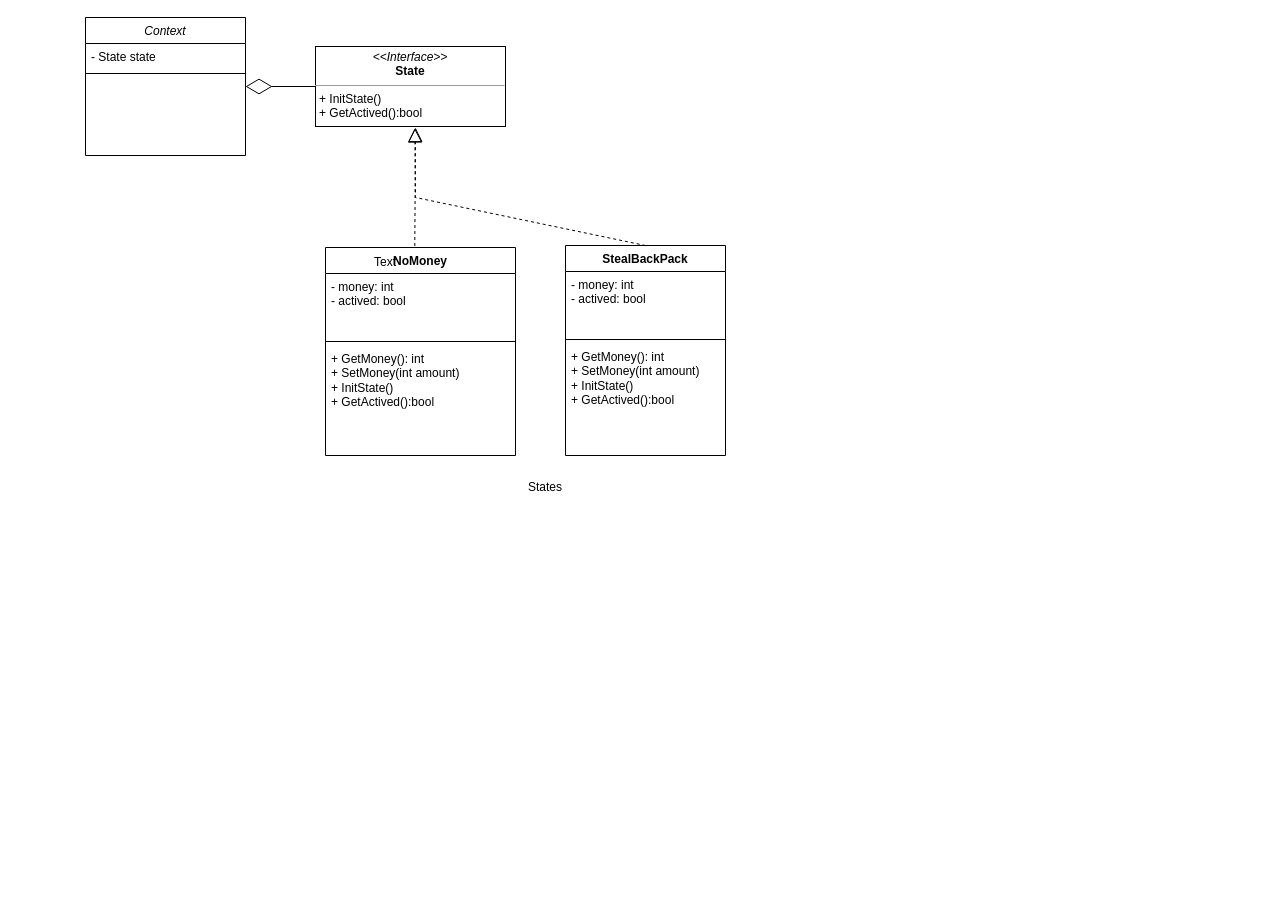
Before: Ley-Rivas/Diagrama sin título.drawio in alemarchena/leyrivas, a draw.io diagram. Source tidied: cells renumbered, new cells numbered last; positions are measured from the earlier drawing's top-left corner, leaving out a move shared by most shapes. Both pictures are drawn from the tidied source at 100%, with x=0, y=0 at pixel (85, 17).
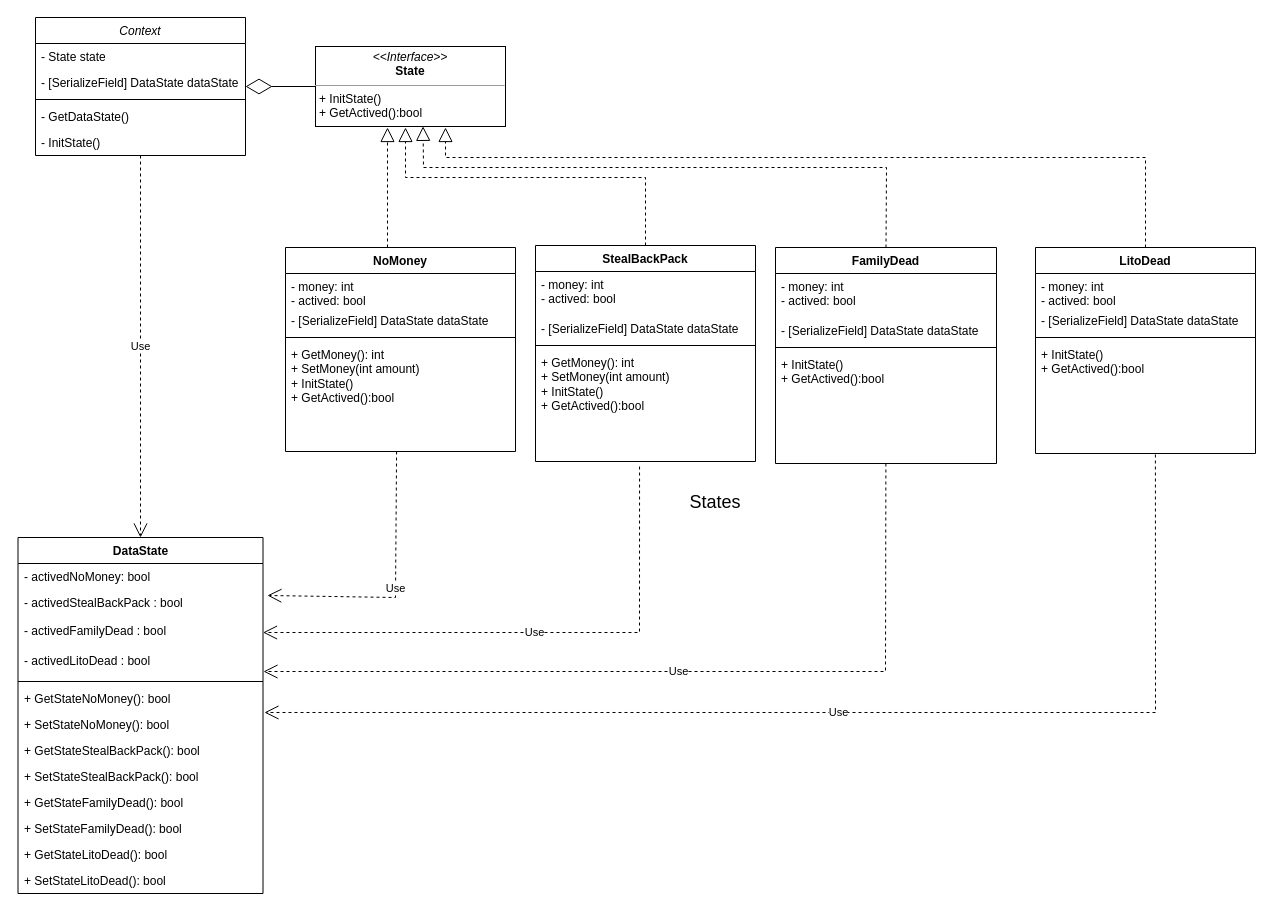
The same page after the edit.

Commit message (it also covers changes not shown here):
Diagrama de Clases Ley Rivas.drawio

The change refers to these unchanged cells:
```xml
<mxCell id="6" value="&lt;p style=&quot;margin:0px;margin-top:4px;text-align:center;&quot;&gt;&lt;i&gt;&amp;lt;&amp;lt;Interface&amp;gt;&amp;gt;&lt;/i&gt;&lt;br&gt;&lt;b&gt;State&lt;/b&gt;&lt;/p&gt;&lt;hr size=&quot;1&quot;&gt;&lt;p style=&quot;margin:0px;margin-left:4px;&quot;&gt;&lt;/p&gt;&lt;p style=&quot;margin:0px;margin-left:4px;&quot;&gt;+ InitState()&lt;/p&gt;&lt;p style=&quot;margin:0px;margin-left:4px;&quot;&gt;+ GetActived():bool&lt;br&gt;&lt;/p&gt;" style="verticalAlign=top;align=left;overflow=fill;fontSize=12;fontFamily=Helvetica;html=1;whiteSpace=wrap;" parent="1" vertex="1">
  <mxGeometry x="230" y="29" width="190" height="80" as="geometry" />
</mxCell>
```

The edit, as a diff of the source:
```diff
@@
     <mxCell id="2" value="Context" style="swimlane;fontStyle=2;align=center;verticalAlign=top;horizontal=1;startSize=26;rounded=0;shadow=0;strokeWidth=1;" parent="1" vertex="1">
-      <mxGeometry width="160" height="138" as="geometry" />
+      <mxGeometry x="-50" width="210" height="138" as="geometry" />
     </mxCell>
     <mxCell id="3" value="- State state" style="text;align=left;verticalAlign=top;spacingLeft=4;spacingRight=4;overflow=hidden;" parent="2" vertex="1">
-      <mxGeometry y="26" width="160" height="26" as="geometry" />
+      <mxGeometry y="26" width="210" height="26" as="geometry" />
     </mxCell>
+    <mxCell id="19" value="- [SerializeField] DataState dataState" style="text;align=left;verticalAlign=top;spacingLeft=4;spacingRight=4;overflow=hidden;" parent="2" vertex="1">
+      <mxGeometry y="52" width="210" height="26" as="geometry" />
+    </mxCell>
     <mxCell id="4" style="line;html=1;strokeWidth=1;align=left;verticalAlign=middle;spacingTop=-1;spacingLeft=3;spacingRight=3;labelPosition=right;" parent="2" vertex="1">
-      <mxGeometry y="52" width="160" height="8" as="geometry" />
+      <mxGeometry y="78" width="210" height="8" as="geometry" />
     </mxCell>
+    <mxCell id="20" value="- GetDataState()" style="text;align=left;verticalAlign=top;spacingLeft=4;spacingRight=4;overflow=hidden;" parent="2" vertex="1">
+      <mxGeometry y="86" width="210" height="26" as="geometry" />
+    </mxCell>
+    <mxCell id="21" value="- InitState()" style="text;align=left;verticalAlign=top;spacingLeft=4;spacingRight=4;overflow=hidden;" parent="2" vertex="1">
+      <mxGeometry y="112" width="210" height="26" as="geometry" />
+    </mxCell>
@@
     <mxCell id="7" value="NoMoney" style="swimlane;fontStyle=1;align=center;verticalAlign=top;horizontal=1;startSize=26;whiteSpace=wrap;html=1;" parent="1" vertex="1">
-      <mxGeometry x="240" y="230" width="190" height="208" as="geometry" />
+      <mxGeometry x="200" y="230" width="230" height="204" as="geometry" />
     </mxCell>
     <mxCell id="8" value="- money: int&lt;br&gt;- actived: bool" style="text;strokeColor=none;fillColor=none;align=left;verticalAlign=top;spacingLeft=4;spacingRight=4;overflow=hidden;whiteSpace=wrap;html=1;" parent="7" vertex="1">
-      <mxGeometry y="26" width="190" height="64" as="geometry" />
+      <mxGeometry y="26" width="230" height="34" as="geometry" />
     </mxCell>
+    <mxCell id="22" value="- [SerializeField] DataState dataState" style="text;align=left;verticalAlign=top;spacingLeft=4;spacingRight=4;overflow=hidden;" parent="7" vertex="1">
+      <mxGeometry y="60" width="230" height="26" as="geometry" />
+    </mxCell>
     <mxCell id="9" style="line;strokeWidth=1;fillColor=none;align=left;verticalAlign=middle;spacingTop=-1;spacingLeft=3;spacingRight=3;labelPosition=right;strokeColor=inherit;" parent="7" vertex="1">
-      <mxGeometry y="90" width="190" height="8" as="geometry" />
+      <mxGeometry y="86" width="230" height="8" as="geometry" />
     </mxCell>
     <mxCell id="10" value="+ GetMoney(): int&lt;br&gt;+ SetMoney(int amount)&lt;br&gt;+ InitState()&lt;br&gt;+ GetActived():bool" style="text;strokeColor=none;fillColor=none;align=left;verticalAlign=top;spacingLeft=4;spacingRight=4;overflow=hidden;points=[[0,0.5],[1,0.5]];portConstraint=eastwest;whiteSpace=wrap;html=1;" parent="7" vertex="1">
-      <mxGeometry y="98" width="190" height="110" as="geometry" />
+      <mxGeometry y="94" width="230" height="110" as="geometry" />
     </mxCell>
     <mxCell id="11" value="StealBackPack" style="swimlane;fontStyle=1;align=center;verticalAlign=top;horizontal=1;startSize=26;whiteSpace=wrap;html=1;" parent="1" vertex="1">
-      <mxGeometry x="480" y="228" width="160" height="210" as="geometry" />
+      <mxGeometry x="450" y="228" width="220" height="216" as="geometry" />
     </mxCell>
     <mxCell id="12" value="- money: int&lt;br&gt;- actived: bool" style="text;strokeColor=none;fillColor=none;align=left;verticalAlign=top;spacingLeft=4;spacingRight=4;overflow=hidden;whiteSpace=wrap;html=1;" parent="11" vertex="1">
-      <mxGeometry y="26" width="160" height="64" as="geometry" />
+      <mxGeometry y="26" width="220" height="44" as="geometry" />
     </mxCell>
+    <mxCell id="23" value="- [SerializeField] DataState dataState" style="text;align=left;verticalAlign=top;spacingLeft=4;spacingRight=4;overflow=hidden;" parent="11" vertex="1">
+      <mxGeometry y="70" width="220" height="26" as="geometry" />
+    </mxCell>
     <mxCell id="13" style="line;strokeWidth=1;fillColor=none;align=left;verticalAlign=middle;spacingTop=-1;spacingLeft=3;spacingRight=3;labelPosition=right;strokeColor=inherit;" parent="11" vertex="1">
-      <mxGeometry y="90" width="160" height="8" as="geometry" />
+      <mxGeometry y="96" width="220" height="8" as="geometry" />
     </mxCell>
     <mxCell id="14" value="+ GetMoney(): int&lt;br&gt;+ SetMoney(int amount)&lt;br&gt;+ InitState()&lt;br&gt;+ GetActived():bool" style="text;strokeColor=none;fillColor=none;align=left;verticalAlign=top;spacingLeft=4;spacingRight=4;overflow=hidden;points=[[0,0.5],[1,0.5]];portConstraint=eastwest;whiteSpace=wrap;html=1;" parent="11" vertex="1">
-      <mxGeometry y="98" width="160" height="112" as="geometry" />
+      <mxGeometry y="104" width="220" height="112" as="geometry" />
     </mxCell>
-    <mxCell id="15" style="endArrow=block;dashed=1;endFill=0;endSize=12;html=1;rounded=0;exitX=0.47;exitY=-0.007;exitDx=0;exitDy=0;exitPerimeter=0;" parent="1" edge="1" source="7">
+    <mxCell id="15" style="endArrow=block;dashed=1;endFill=0;endSize=12;html=1;rounded=0;" parent="1" edge="1">
       <mxGeometry relative="1" as="geometry">
-        <mxPoint x="330" y="110" as="targetPoint" />
+        <mxPoint x="302" y="230" as="sourcePoint" />
+        <mxPoint x="302" y="110" as="targetPoint" />
       </mxGeometry>
     </mxCell>
-    <mxCell id="16" style="endArrow=block;dashed=1;endFill=0;endSize=12;html=1;rounded=0;exitX=0.5;exitY=0;exitDx=0;exitDy=0;entryX=0.523;entryY=1.019;entryDx=0;entryDy=0;entryPerimeter=0;" parent="1" edge="1" source="11" target="6">
+    <mxCell id="16" style="endArrow=block;dashed=1;endFill=0;endSize=12;html=1;rounded=0;exitX=0.5;exitY=0;exitDx=0;exitDy=0;" parent="1" edge="1" source="11">
       <mxGeometry relative="1" as="geometry">
+        <mxPoint x="320" y="110" as="targetPoint" />
         <Array as="points">
-          <mxPoint x="330" y="180" />
+          <mxPoint x="560" y="160" />
+          <mxPoint x="440" y="160" />
+          <mxPoint x="320" y="160" />
         </Array>
       </mxGeometry>
     </mxCell>
-    <mxCell id="17" value="Text" style="text;html=1;strokeColor=none;fillColor=none;align=center;verticalAlign=middle;whiteSpace=wrap;rounded=0;" parent="1" vertex="1">
-      <mxGeometry x="270" y="230" width="60" height="30" as="geometry" />
-    </mxCell>
-    <mxCell id="18" value="States" style="text;html=1;strokeColor=none;fillColor=none;align=center;verticalAlign=middle;whiteSpace=wrap;rounded=0;" parent="1" vertex="1">
-      <mxGeometry x="430" y="455" width="60" height="30" as="geometry" />
+    <mxCell id="18" value="&lt;font style=&quot;font-size: 18px;&quot;&gt;States&lt;/font&gt;" style="text;html=1;strokeColor=none;fillColor=none;align=center;verticalAlign=middle;whiteSpace=wrap;rounded=0;" parent="1" vertex="1">
+      <mxGeometry x="600" y="470" width="60" height="30" as="geometry" />
     </mxCell>
+    <mxCell id="24" value="FamilyDead" style="swimlane;fontStyle=1;align=center;verticalAlign=top;horizontal=1;startSize=26;whiteSpace=wrap;html=1;" parent="1" vertex="1">
+      <mxGeometry x="690" y="230" width="221" height="216" as="geometry" />
+    </mxCell>
+    <mxCell id="25" value="- money: int&lt;br&gt;- actived: bool" style="text;strokeColor=none;fillColor=none;align=left;verticalAlign=top;spacingLeft=4;spacingRight=4;overflow=hidden;whiteSpace=wrap;html=1;" parent="24" vertex="1">
+      <mxGeometry y="26" width="221" height="44" as="geometry" />
+    </mxCell>
+    <mxCell id="26" value="- [SerializeField] DataState dataState" style="text;align=left;verticalAlign=top;spacingLeft=4;spacingRight=4;overflow=hidden;" parent="24" vertex="1">
+      <mxGeometry y="70" width="221" height="26" as="geometry" />
+    </mxCell>
+    <mxCell id="27" style="line;strokeWidth=1;fillColor=none;align=left;verticalAlign=middle;spacingTop=-1;spacingLeft=3;spacingRight=3;labelPosition=right;strokeColor=inherit;" parent="24" vertex="1">
+      <mxGeometry y="96" width="221" height="8" as="geometry" />
+    </mxCell>
+    <mxCell id="28" value="+ InitState()&lt;br&gt;+ GetActived():bool" style="text;strokeColor=none;fillColor=none;align=left;verticalAlign=top;spacingLeft=4;spacingRight=4;overflow=hidden;points=[[0,0.5],[1,0.5]];portConstraint=eastwest;whiteSpace=wrap;html=1;" parent="24" vertex="1">
+      <mxGeometry y="104" width="221" height="112" as="geometry" />
+    </mxCell>
+    <mxCell id="29" style="endArrow=block;dashed=1;endFill=0;endSize=12;html=1;rounded=0;exitX=0.5;exitY=0;exitDx=0;exitDy=0;entryX=0.566;entryY=0.998;entryDx=0;entryDy=0;entryPerimeter=0;" parent="1" edge="1" source="24" target="6">
+      <mxGeometry relative="1" as="geometry">
+        <Array as="points">
+          <mxPoint x="801" y="150" />
+          <mxPoint x="338" y="150" />
+        </Array>
+      </mxGeometry>
+    </mxCell>
+    <mxCell id="30" value="LitoDead" style="swimlane;fontStyle=1;align=center;verticalAlign=top;horizontal=1;startSize=26;whiteSpace=wrap;html=1;" parent="1" vertex="1">
+      <mxGeometry x="950" y="230" width="220" height="206" as="geometry" />
+    </mxCell>
+    <mxCell id="31" value="- money: int&lt;br&gt;- actived: bool" style="text;strokeColor=none;fillColor=none;align=left;verticalAlign=top;spacingLeft=4;spacingRight=4;overflow=hidden;whiteSpace=wrap;html=1;" parent="30" vertex="1">
+      <mxGeometry y="26" width="220" height="34" as="geometry" />
+    </mxCell>
+    <mxCell id="32" value="- [SerializeField] DataState dataState" style="text;align=left;verticalAlign=top;spacingLeft=4;spacingRight=4;overflow=hidden;" parent="30" vertex="1">
+      <mxGeometry y="60" width="220" height="26" as="geometry" />
+    </mxCell>
+    <mxCell id="33" style="line;strokeWidth=1;fillColor=none;align=left;verticalAlign=middle;spacingTop=-1;spacingLeft=3;spacingRight=3;labelPosition=right;strokeColor=inherit;" parent="30" vertex="1">
+      <mxGeometry y="86" width="220" height="8" as="geometry" />
+    </mxCell>
+    <mxCell id="34" value="+ InitState()&lt;br&gt;+ GetActived():bool" style="text;strokeColor=none;fillColor=none;align=left;verticalAlign=top;spacingLeft=4;spacingRight=4;overflow=hidden;points=[[0,0.5],[1,0.5]];portConstraint=eastwest;whiteSpace=wrap;html=1;" parent="30" vertex="1">
+      <mxGeometry y="94" width="220" height="112" as="geometry" />
+    </mxCell>
+    <mxCell id="35" style="endArrow=block;dashed=1;endFill=0;endSize=12;html=1;rounded=0;exitX=0.5;exitY=0;exitDx=0;exitDy=0;" parent="1" edge="1" source="30">
+      <mxGeometry relative="1" as="geometry">
+        <mxPoint x="360" y="110" as="targetPoint" />
+        <Array as="points">
+          <mxPoint x="1060" y="140" />
+          <mxPoint x="640" y="140" />
+          <mxPoint x="360" y="140" />
+        </Array>
+      </mxGeometry>
+    </mxCell>
+    <mxCell id="36" value="DataState" style="swimlane;fontStyle=1;align=center;verticalAlign=top;horizontal=1;startSize=26;whiteSpace=wrap;html=1;" parent="1" vertex="1">
+      <mxGeometry x="-67.5" y="520" width="245" height="356" as="geometry" />
+    </mxCell>
+    <mxCell id="37" value="- activedNoMoney: bool" style="text;strokeColor=none;fillColor=none;align=left;verticalAlign=top;spacingLeft=4;spacingRight=4;overflow=hidden;whiteSpace=wrap;html=1;" parent="36" vertex="1">
+      <mxGeometry y="26" width="245" height="26" as="geometry" />
+    </mxCell>
+    <mxCell id="38" value="- activedStealBackPack : bool" style="text;strokeColor=none;fillColor=none;align=left;verticalAlign=top;spacingLeft=4;spacingRight=4;overflow=hidden;points=[[0,0.5],[1,0.5]];portConstraint=eastwest;whiteSpace=wrap;html=1;" parent="36" vertex="1">
+      <mxGeometry y="52" width="245" height="28" as="geometry" />
+    </mxCell>
+    <mxCell id="39" value="- activedFamilyDead : bool" style="text;strokeColor=none;fillColor=none;align=left;verticalAlign=top;spacingLeft=4;spacingRight=4;overflow=hidden;points=[[0,0.5],[1,0.5]];portConstraint=eastwest;whiteSpace=wrap;html=1;" parent="36" vertex="1">
+      <mxGeometry y="80" width="245" height="30" as="geometry" />
+    </mxCell>
+    <mxCell id="40" value="- activedLitoDead : bool" style="text;strokeColor=none;fillColor=none;align=left;verticalAlign=top;spacingLeft=4;spacingRight=4;overflow=hidden;points=[[0,0.5],[1,0.5]];portConstraint=eastwest;whiteSpace=wrap;html=1;" parent="36" vertex="1">
+      <mxGeometry y="110" width="245" height="30" as="geometry" />
+    </mxCell>
+    <mxCell id="41" style="line;strokeWidth=1;fillColor=none;align=left;verticalAlign=middle;spacingTop=-1;spacingLeft=3;spacingRight=3;labelPosition=right;strokeColor=inherit;" parent="36" vertex="1">
+      <mxGeometry y="140" width="245" height="8" as="geometry" />
+    </mxCell>
+    <mxCell id="42" value="+ GetStateNoMoney(): bool" style="text;strokeColor=none;fillColor=none;align=left;verticalAlign=top;spacingLeft=4;spacingRight=4;overflow=hidden;points=[[0,0.5],[1,0.5]];portConstraint=eastwest;whiteSpace=wrap;html=1;" parent="36" vertex="1">
+      <mxGeometry y="148" width="245" height="26" as="geometry" />
+    </mxCell>
+    <mxCell id="43" value="+ SetStateNoMoney(): bool" style="text;strokeColor=none;fillColor=none;align=left;verticalAlign=top;spacingLeft=4;spacingRight=4;overflow=hidden;whiteSpace=wrap;html=1;" parent="36" vertex="1">
+      <mxGeometry y="174" width="245" height="26" as="geometry" />
+    </mxCell>
+    <mxCell id="44" value="+ GetStateStealBackPack(): bool" style="text;strokeColor=none;fillColor=none;align=left;verticalAlign=top;spacingLeft=4;spacingRight=4;overflow=hidden;whiteSpace=wrap;html=1;" parent="36" vertex="1">
+      <mxGeometry y="200" width="245" height="26" as="geometry" />
+    </mxCell>
+    <mxCell id="45" value="+ SetStateStealBackPack(): bool" style="text;strokeColor=none;fillColor=none;align=left;verticalAlign=top;spacingLeft=4;spacingRight=4;overflow=hidden;whiteSpace=wrap;html=1;" parent="36" vertex="1">
+      <mxGeometry y="226" width="245" height="26" as="geometry" />
+    </mxCell>
+    <mxCell id="46" value="+ GetStateFamilyDead(): bool" style="text;strokeColor=none;fillColor=none;align=left;verticalAlign=top;spacingLeft=4;spacingRight=4;overflow=hidden;whiteSpace=wrap;html=1;" parent="36" vertex="1">
+      <mxGeometry y="252" width="245" height="26" as="geometry" />
+    </mxCell>
+    <mxCell id="47" value="+ SetStateFamilyDead(): bool" style="text;strokeColor=none;fillColor=none;align=left;verticalAlign=top;spacingLeft=4;spacingRight=4;overflow=hidden;whiteSpace=wrap;html=1;" parent="36" vertex="1">
+      <mxGeometry y="278" width="245" height="26" as="geometry" />
+    </mxCell>
+    <mxCell id="48" value="+ GetStateLitoDead(): bool" style="text;strokeColor=none;fillColor=none;align=left;verticalAlign=top;spacingLeft=4;spacingRight=4;overflow=hidden;whiteSpace=wrap;html=1;" parent="36" vertex="1">
+      <mxGeometry y="304" width="245" height="26" as="geometry" />
+    </mxCell>
+    <mxCell id="49" value="+ SetStateLitoDead(): bool" style="text;strokeColor=none;fillColor=none;align=left;verticalAlign=top;spacingLeft=4;spacingRight=4;overflow=hidden;whiteSpace=wrap;html=1;" parent="36" vertex="1">
+      <mxGeometry y="330" width="245" height="26" as="geometry" />
+    </mxCell>
+    <mxCell id="50" value="Use" style="endArrow=open;endSize=12;dashed=1;html=1;rounded=0;exitX=0.5;exitY=1;exitDx=0;exitDy=0;entryX=0.5;entryY=0;entryDx=0;entryDy=0;" parent="1" edge="1" source="2" target="36">
+      <mxGeometry relative="1" as="geometry" />
+    </mxCell>
+    <mxCell id="51" value="Use" style="endArrow=open;endSize=12;dashed=1;html=1;rounded=0;entryX=1.018;entryY=0.214;entryDx=0;entryDy=0;entryPerimeter=0;exitX=0.483;exitY=1;exitDx=0;exitDy=0;exitPerimeter=0;" parent="1" edge="1" source="10" target="38">
+      <mxGeometry relative="1" as="geometry">
+        <Array as="points">
+          <mxPoint x="310" y="580" />
+        </Array>
+      </mxGeometry>
+    </mxCell>
+    <mxCell id="52" value="Use" style="endArrow=open;endSize=12;dashed=1;html=1;rounded=0;entryX=1;entryY=0.5;entryDx=0;entryDy=0;exitX=0.473;exitY=1.045;exitDx=0;exitDy=0;exitPerimeter=0;" parent="1" edge="1" source="14" target="39">
+      <mxGeometry relative="1" as="geometry">
+        <Array as="points">
+          <mxPoint x="554" y="615" />
+        </Array>
+      </mxGeometry>
+    </mxCell>
+    <mxCell id="53" value="Use" style="endArrow=open;endSize=12;dashed=1;html=1;rounded=0;entryX=1.002;entryY=0.8;entryDx=0;entryDy=0;entryPerimeter=0;" parent="1" edge="1" source="28" target="40">
+      <mxGeometry relative="1" as="geometry">
+        <Array as="points">
+          <mxPoint x="800" y="654" />
+        </Array>
+      </mxGeometry>
+    </mxCell>
+    <mxCell id="54" value="Use" style="endArrow=open;endSize=12;dashed=1;html=1;rounded=0;entryX=1.006;entryY=1.038;entryDx=0;entryDy=0;entryPerimeter=0;exitX=0.545;exitY=1.009;exitDx=0;exitDy=0;exitPerimeter=0;" parent="1" edge="1" source="34" target="42">
+      <mxGeometry relative="1" as="geometry">
+        <Array as="points">
+          <mxPoint x="1070" y="695" />
+        </Array>
+      </mxGeometry>
+    </mxCell>
```
